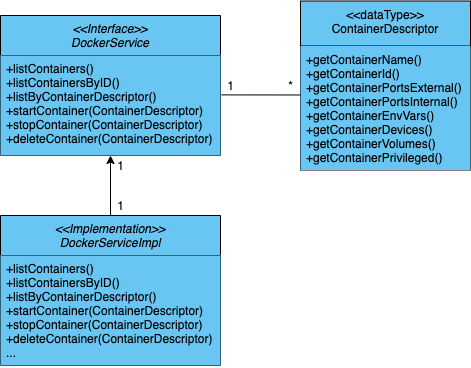
The draw.io diagram assets/images/builtin/container_orchestrator/api-overview.png in eclipse-kura/kura, before a commit. Source tidied: cells renumbered, new cells last; positions are measured from the earlier drawing's top-left corner, leaving out a move shared by most shapes. Its diagram source:
```xml
<mxGraphModel>
  <root>
    <mxCell id="0" />
    <mxCell id="1" parent="0" />
    <mxCell id="2" value="&lt;&lt;Interface&gt;&gt;&#10;DockerService" style="swimlane;fontStyle=2;align=center;verticalAlign=top;horizontal=1;startSize=40;rounded=0;shadow=0;strokeWidth=1;fillColor=#69C5F2;swimlaneFillColor=none;labelBackgroundColor=none;" parent="1" vertex="1">
      <mxGeometry y="14" width="220" height="140" as="geometry" />
    </mxCell>
    <mxCell id="3" value="+listContainers()&#10;+listContainersByID()&#10;+listByContainerDescriptor()&#10;+startContainer(ContainerDescriptor)&#10;+stopContainer(ContainerDescriptor)&#10;+deleteContainer(ContainerDescriptor)" style="text;align=left;verticalAlign=top;spacingLeft=4;spacingRight=4;overflow=hidden;points=[[0,0.5],[1,0.5]];portConstraint=eastwest;fillColor=#69C5F2;" parent="2" vertex="1">
      <mxGeometry y="40" width="220" height="100" as="geometry" />
    </mxCell>
    <mxCell id="4" value="&lt;&lt;dataType&gt;&gt;&#10;ContainerDescriptor" style="swimlane;fontStyle=0;align=center;verticalAlign=top;horizontal=1;startSize=45;rounded=0;shadow=0;strokeWidth=1;fillColor=#69C5F2;labelBackgroundColor=#69C5F2;" parent="1" vertex="1">
      <mxGeometry x="300" y="-0.5" width="170" height="169" as="geometry" />
    </mxCell>
    <mxCell id="5" value="+getContainerName()&#10;+getContainerId()&#10;+getContainerPortsExternal()&#10;+getContainerPortsInternal()&#10;+getContainerEnvVars()&#10;+getContainerDevices()&#10;+getContainerVolumes()&#10;+getContainerPrivileged()" style="text;align=left;verticalAlign=top;spacingLeft=4;spacingRight=4;overflow=hidden;points=[[0,0.5],[1,0.5]];portConstraint=eastwest;fillColor=#69C5F2;" parent="4" vertex="1">
      <mxGeometry y="45" width="170" height="124" as="geometry" />
    </mxCell>
    <mxCell id="6" style="endArrow=none;html=1;rounded=0;entryX=0;entryY=0.395;entryDx=0;entryDy=0;entryPerimeter=0;exitX=1.004;exitY=0.394;exitDx=0;exitDy=0;exitPerimeter=0;" parent="1" edge="1" source="3" target="5">
      <mxGeometry relative="1" as="geometry" />
    </mxCell>
    <mxCell id="7" value="1" style="text;html=1;align=center;verticalAlign=middle;strokeColor=none;fillColor=none;" parent="1" vertex="1">
      <mxGeometry x="220" y="74" width="20" height="20" as="geometry" />
    </mxCell>
    <mxCell id="8" value="*" style="text;html=1;align=center;verticalAlign=middle;strokeColor=none;fillColor=none;" parent="1" vertex="1">
      <mxGeometry x="280" y="74" width="20" height="20" as="geometry" />
    </mxCell>
    <mxCell id="9" style="edgeStyle=orthogonalEdgeStyle;rounded=0;jettySize=auto;html=1;exitX=0.5;exitY=0;exitDx=0;exitDy=0;entryX=0.5;entryY=1;entryDx=0;entryDy=0;" parent="1" edge="1" source="10" target="2">
      <mxGeometry relative="1" as="geometry" />
    </mxCell>
    <mxCell id="10" value="&lt;&lt;Implementation&gt;&gt;&#10;DockerServiceImpl" style="swimlane;fontStyle=2;align=center;verticalAlign=top;horizontal=1;startSize=40;rounded=0;shadow=0;strokeWidth=1;fillColor=#69C5F2;swimlaneFillColor=none;labelBackgroundColor=none;" parent="1" vertex="1">
      <mxGeometry y="214" width="220" height="150" as="geometry" />
    </mxCell>
    <mxCell id="11" value="+listContainers()&#10;+listContainersByID()&#10;+listByContainerDescriptor()&#10;+startContainer(ContainerDescriptor)&#10;+stopContainer(ContainerDescriptor)&#10;+deleteContainer(ContainerDescriptor)&#10;..." style="text;align=left;verticalAlign=top;spacingLeft=4;spacingRight=4;overflow=hidden;fillColor=#69C5F2;" parent="10" vertex="1">
      <mxGeometry y="40" width="220" height="110" as="geometry" />
    </mxCell>
    <mxCell id="12" value="1" style="text;html=1;align=center;verticalAlign=middle;strokeColor=none;fillColor=none;" parent="1" vertex="1">
      <mxGeometry x="110" y="154" width="20" height="20" as="geometry" />
    </mxCell>
    <mxCell id="13" value="1" style="text;html=1;align=center;verticalAlign=middle;strokeColor=none;fillColor=none;" parent="1" vertex="1">
      <mxGeometry x="110" y="194" width="20" height="20" as="geometry" />
    </mxCell>
  </root>
</mxGraphModel>
```
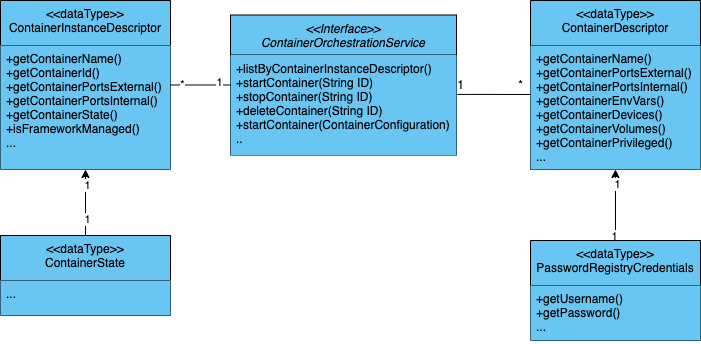
Later version of the same file.

Diff of the diagram source:
```diff
@@ -2,16 +2,16 @@
   <root>
     <mxCell id="0" />
     <mxCell id="1" parent="0" />
-    <mxCell id="2" value="&lt;&lt;Interface&gt;&gt;&#10;DockerService" style="swimlane;fontStyle=2;align=center;verticalAlign=top;horizontal=1;startSize=40;rounded=0;shadow=0;strokeWidth=1;fillColor=#69C5F2;swimlaneFillColor=none;labelBackgroundColor=none;" parent="1" vertex="1">
-      <mxGeometry y="14" width="220" height="140" as="geometry" />
+    <mxCell id="2" value="&lt;&lt;Interface&gt;&gt;&#10;ContainerOrchestrationService" style="swimlane;fontStyle=2;align=center;verticalAlign=top;horizontal=1;startSize=40;rounded=0;shadow=0;strokeWidth=1;fillColor=#69C5F2;swimlaneFillColor=none;labelBackgroundColor=none;" parent="1" vertex="1">
+      <mxGeometry y="14" width="226" height="140" as="geometry" />
     </mxCell>
-    <mxCell id="3" value="+listContainers()&#10;+listContainersByID()&#10;+listByContainerDescriptor()&#10;+startContainer(ContainerDescriptor)&#10;+stopContainer(ContainerDescriptor)&#10;+deleteContainer(ContainerDescriptor)" style="text;align=left;verticalAlign=top;spacingLeft=4;spacingRight=4;overflow=hidden;points=[[0,0.5],[1,0.5]];portConstraint=eastwest;fillColor=#69C5F2;" parent="2" vertex="1">
-      <mxGeometry y="40" width="220" height="100" as="geometry" />
+    <mxCell id="3" value="+listByContainerInstanceDescriptor()&#10;+startContainer(String ID)&#10;+stopContainer(String ID)&#10;+deleteContainer(String ID)&#10;+startContainer(ContainerConfiguration)&#10;.." style="text;align=left;verticalAlign=top;spacingLeft=4;spacingRight=4;overflow=hidden;points=[[0,0.5],[1,0.5]];portConstraint=eastwest;fillColor=#69C5F2;" parent="2" vertex="1">
+      <mxGeometry y="40" width="226" height="100" as="geometry" />
     </mxCell>
     <mxCell id="4" value="&lt;&lt;dataType&gt;&gt;&#10;ContainerDescriptor" style="swimlane;fontStyle=0;align=center;verticalAlign=top;horizontal=1;startSize=45;rounded=0;shadow=0;strokeWidth=1;fillColor=#69C5F2;labelBackgroundColor=#69C5F2;" parent="1" vertex="1">
       <mxGeometry x="300" y="-0.5" width="170" height="169" as="geometry" />
     </mxCell>
-    <mxCell id="5" value="+getContainerName()&#10;+getContainerId()&#10;+getContainerPortsExternal()&#10;+getContainerPortsInternal()&#10;+getContainerEnvVars()&#10;+getContainerDevices()&#10;+getContainerVolumes()&#10;+getContainerPrivileged()" style="text;align=left;verticalAlign=top;spacingLeft=4;spacingRight=4;overflow=hidden;points=[[0,0.5],[1,0.5]];portConstraint=eastwest;fillColor=#69C5F2;" parent="4" vertex="1">
+    <mxCell id="5" value="+getContainerName()&#10;+getContainerPortsExternal()&#10;+getContainerPortsInternal()&#10;+getContainerEnvVars()&#10;+getContainerDevices()&#10;+getContainerVolumes()&#10;+getContainerPrivileged()&#10;...&#10;" style="text;align=left;verticalAlign=top;spacingLeft=4;spacingRight=4;overflow=hidden;points=[[0,0.5],[1,0.5]];portConstraint=eastwest;fillColor=#69C5F2;" parent="4" vertex="1">
       <mxGeometry y="45" width="170" height="124" as="geometry" />
     </mxCell>
     <mxCell id="6" style="endArrow=none;html=1;rounded=0;entryX=0;entryY=0.395;entryDx=0;entryDy=0;entryPerimeter=0;exitX=1.004;exitY=0.394;exitDx=0;exitDy=0;exitPerimeter=0;" parent="1" edge="1" source="3" target="5">
@@ -23,20 +23,56 @@
     <mxCell id="8" value="*" style="text;html=1;align=center;verticalAlign=middle;strokeColor=none;fillColor=none;" parent="1" vertex="1">
       <mxGeometry x="280" y="74" width="20" height="20" as="geometry" />
     </mxCell>
-    <mxCell id="9" style="edgeStyle=orthogonalEdgeStyle;rounded=0;jettySize=auto;html=1;exitX=0.5;exitY=0;exitDx=0;exitDy=0;entryX=0.5;entryY=1;entryDx=0;entryDy=0;" parent="1" edge="1" source="10" target="2">
-      <mxGeometry relative="1" as="geometry" />
-    </mxCell>
-    <mxCell id="10" value="&lt;&lt;Implementation&gt;&gt;&#10;DockerServiceImpl" style="swimlane;fontStyle=2;align=center;verticalAlign=top;horizontal=1;startSize=40;rounded=0;shadow=0;strokeWidth=1;fillColor=#69C5F2;swimlaneFillColor=none;labelBackgroundColor=none;" parent="1" vertex="1">
-      <mxGeometry y="214" width="220" height="150" as="geometry" />
-    </mxCell>
-    <mxCell id="11" value="+listContainers()&#10;+listContainersByID()&#10;+listByContainerDescriptor()&#10;+startContainer(ContainerDescriptor)&#10;+stopContainer(ContainerDescriptor)&#10;+deleteContainer(ContainerDescriptor)&#10;..." style="text;align=left;verticalAlign=top;spacingLeft=4;spacingRight=4;overflow=hidden;fillColor=#69C5F2;" parent="10" vertex="1">
-      <mxGeometry y="40" width="220" height="110" as="geometry" />
-    </mxCell>
-    <mxCell id="12" value="1" style="text;html=1;align=center;verticalAlign=middle;strokeColor=none;fillColor=none;" parent="1" vertex="1">
-      <mxGeometry x="110" y="154" width="20" height="20" as="geometry" />
-    </mxCell>
-    <mxCell id="13" value="1" style="text;html=1;align=center;verticalAlign=middle;strokeColor=none;fillColor=none;" parent="1" vertex="1">
-      <mxGeometry x="110" y="194" width="20" height="20" as="geometry" />
-    </mxCell>
+    <mxCell id="14" value="&lt;&lt;dataType&gt;&gt;&#10;ContainerInstanceDescriptor" style="swimlane;fontStyle=0;align=center;verticalAlign=top;horizontal=1;startSize=45;rounded=0;shadow=0;strokeWidth=1;fillColor=#69C5F2;labelBackgroundColor=#69C5F2;" parent="1" vertex="1">
+      <mxGeometry x="-230" y="-0.5" width="170" height="169" as="geometry" />
+    </mxCell>
+    <mxCell id="15" value="+getContainerName()&#10;+getContainerId()&#10;+getContainerPortsExternal()&#10;+getContainerPortsInternal()&#10;+getContainerState()&#10;+isFrameworkManaged()&#10;..." style="text;align=left;verticalAlign=top;spacingLeft=4;spacingRight=4;overflow=hidden;points=[[0,0.5],[1,0.5]];portConstraint=eastwest;fillColor=#69C5F2;" parent="14" vertex="1">
+      <mxGeometry y="45" width="170" height="124" as="geometry" />
+    </mxCell>
+    <mxCell id="16" style="endArrow=none;html=1;rounded=0;entryX=0;entryY=0.5;entryDx=0;entryDy=0;exitX=1;exitY=0.5;exitDx=0;exitDy=0;" parent="1" edge="1" source="14" target="2">
+      <mxGeometry relative="1" as="geometry" />
+    </mxCell>
+    <mxCell id="17" value="1" style="edgeLabel;html=1;align=center;verticalAlign=middle;" parent="16" vertex="1">
+      <mxGeometry x="0.6" y="4" relative="1" as="geometry">
+        <mxPoint y="1" as="offset" />
+      </mxGeometry>
+    </mxCell>
+    <mxCell id="18" value="*" style="edgeLabel;html=1;align=center;verticalAlign=middle;" parent="16" vertex="1">
+      <mxGeometry x="-0.63" y="2" relative="1" as="geometry">
+        <mxPoint y="1" as="offset" />
+      </mxGeometry>
+    </mxCell>
+    <mxCell id="19" style="edgeStyle=orthogonalEdgeStyle;rounded=0;jettySize=auto;html=1;exitX=0.5;exitY=0;exitDx=0;exitDy=0;entryX=0.5;entryY=1;entryDx=0;entryDy=0;" parent="1" edge="1" source="22" target="4">
+      <mxGeometry relative="1" as="geometry" />
+    </mxCell>
+    <mxCell id="20" value="1" style="edgeLabel;html=1;align=center;verticalAlign=middle;" parent="19" vertex="1">
+      <mxGeometry x="-0.86" y="3" relative="1" as="geometry">
+        <mxPoint x="1" as="offset" />
+      </mxGeometry>
+    </mxCell>
+    <mxCell id="21" value="1" style="edgeLabel;html=1;align=center;verticalAlign=middle;" parent="19" vertex="1">
+      <mxGeometry x="0.61" y="-1" relative="1" as="geometry" />
+    </mxCell>
+    <mxCell id="22" value="&lt;&lt;dataType&gt;&gt;&#10;PasswordRegistryCredentials" style="swimlane;fontStyle=0;align=center;verticalAlign=top;horizontal=1;startSize=45;rounded=0;shadow=0;strokeWidth=1;fillColor=#69C5F2;labelBackgroundColor=#69C5F2;" parent="1" vertex="1">
+      <mxGeometry x="300" y="239.5" width="170" height="100" as="geometry" />
+    </mxCell>
+    <mxCell id="23" value="+getUsername()&#10;+getPassword()&#10;..." style="text;align=left;verticalAlign=top;spacingLeft=4;spacingRight=4;overflow=hidden;fillColor=#69C5F2;" parent="22" vertex="1">
+      <mxGeometry y="45" width="170" height="55" as="geometry" />
+    </mxCell>
+    <mxCell id="24" style="edgeStyle=orthogonalEdgeStyle;rounded=0;jettySize=auto;html=1;exitX=0.5;exitY=0;exitDx=0;exitDy=0;entryX=0.5;entryY=1;entryDx=0;entryDy=0;entryPerimeter=0;" parent="1" edge="1" source="27" target="15">
+      <mxGeometry relative="1" as="geometry" />
+    </mxCell>
+    <mxCell id="25" value="1" style="edgeLabel;html=1;align=center;verticalAlign=middle;" parent="24" vertex="1">
+      <mxGeometry x="0.55" y="-1" relative="1" as="geometry" />
+    </mxCell>
+    <mxCell id="26" value="1" style="edgeLabel;html=1;align=center;verticalAlign=middle;" parent="24" vertex="1">
+      <mxGeometry x="-0.48" y="-1" relative="1" as="geometry" />
+    </mxCell>
+    <mxCell id="27" value="&lt;&lt;dataType&gt;&gt;&#10;ContainerState" style="swimlane;fontStyle=0;align=center;verticalAlign=top;horizontal=1;startSize=45;rounded=0;shadow=0;strokeWidth=1;fillColor=#69C5F2;labelBackgroundColor=#69C5F2;" parent="1" vertex="1">
+      <mxGeometry x="-230" y="234.5" width="170" height="80" as="geometry" />
+    </mxCell>
+    <mxCell id="28" value="..." style="text;align=left;verticalAlign=top;spacingLeft=4;spacingRight=4;overflow=hidden;fillColor=#69C5F2;" parent="27" vertex="1">
+      <mxGeometry y="45" width="170" height="35" as="geometry" />
+    </mxCell>
   </root>
 </mxGraphModel>
```
